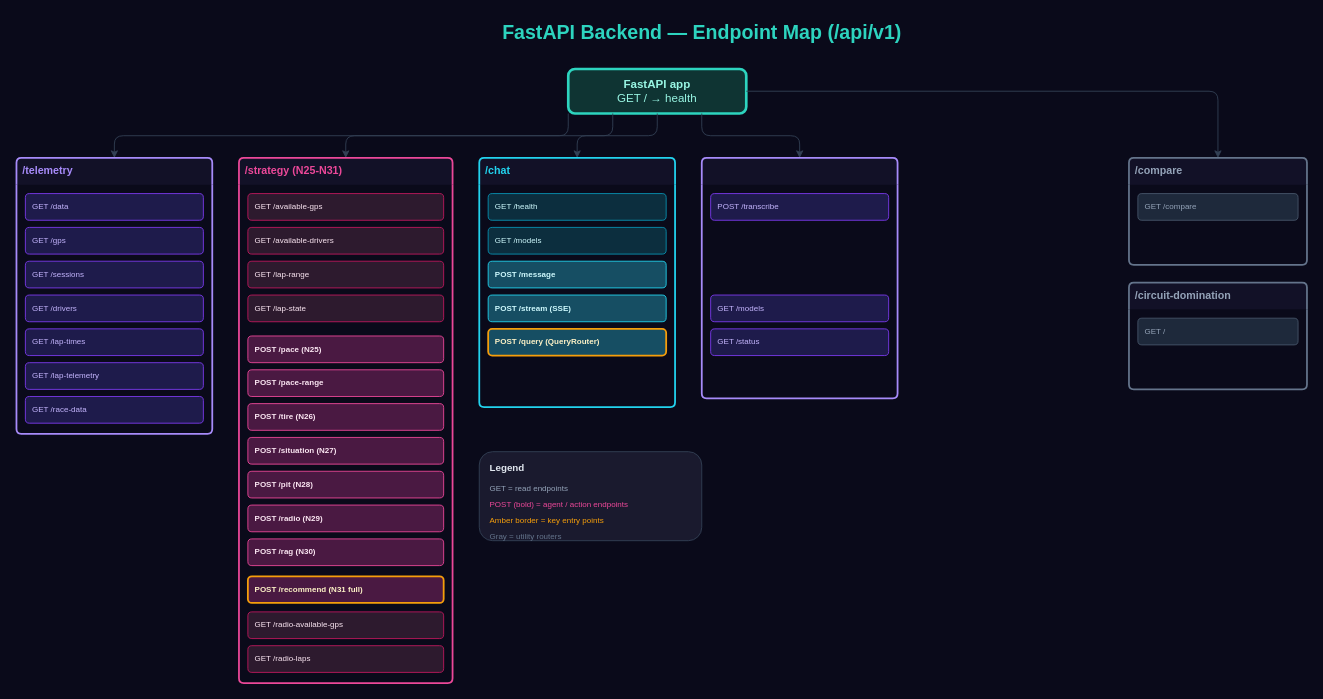
VforVitorio/F1_Strat_Manager keeps this draw.io diagram as documents/dev_docs/diagrams/backend_api.drawio. Above is the earlier version. Source tidied: cells renumbered, new cells numbered last; positions are measured from the earlier drawing's top-left corner, leaving out a move shared by most shapes. Both pictures are drawn from the tidied source at 89%, with x=0, y=0 at pixel (16, 15).
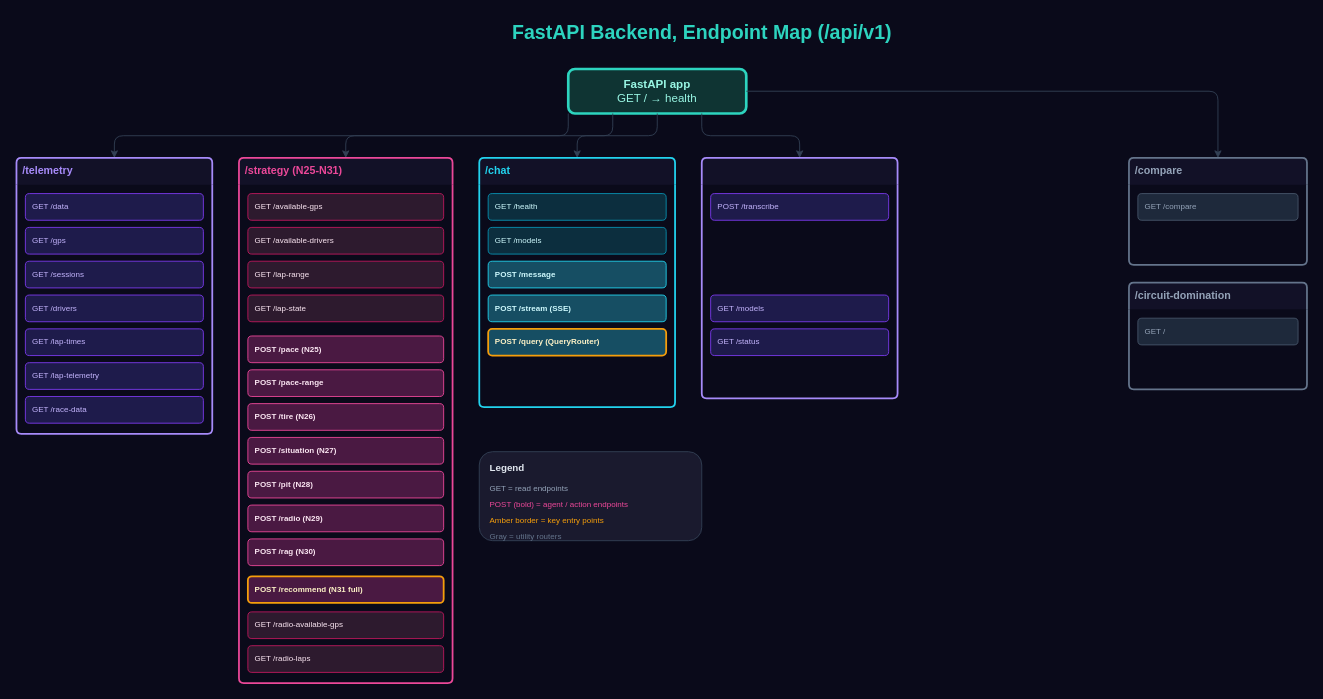
Above is the later version.

Change to the diagram source:
```diff
@@
-    <mxCell id="2" value="FastAPI Backend — Endpoint Map (/api/v1)" style="text;html=1;align=center;verticalAlign=middle;fontSize=22;fontStyle=1;fontColor=#2dd4bf;fillColor=none;strokeColor=none;" parent="1" vertex="1">
+    <mxCell id="2" value="FastAPI Backend, Endpoint Map (/api/v1)" style="text;html=1;align=center;verticalAlign=middle;fontSize=22;fontStyle=1;fontColor=#2dd4bf;fillColor=none;strokeColor=none;" parent="1" vertex="1">
       <mxGeometry x="320" width="900" height="40" as="geometry" />
     </mxCell>
```
